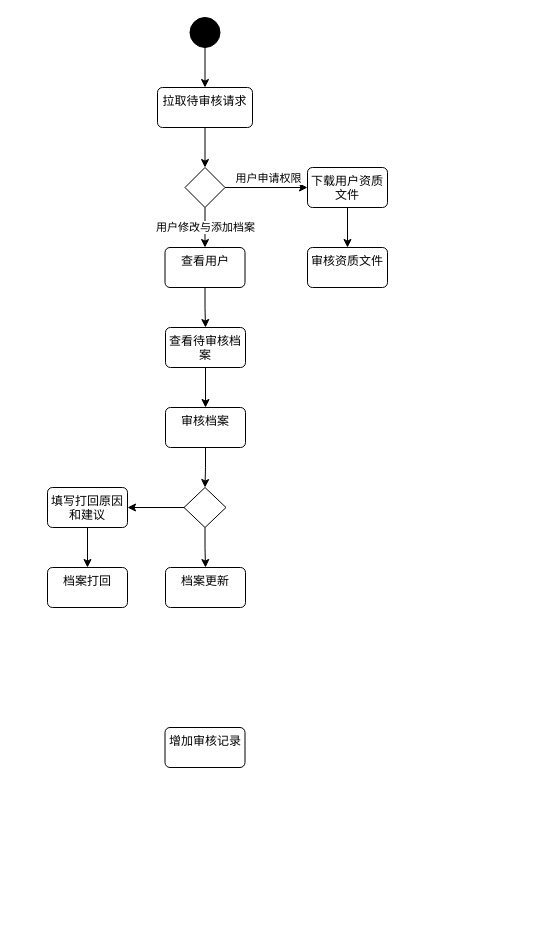
icemeowzhi/uml keeps this draw.io diagram as UML活动图审核.drawio. Above is the earlier version. Source tidied: cells renumbered, new cells numbered last; positions are measured from the earlier drawing's top-left corner, leaving out a move shared by most shapes. Both pictures are drawn from the tidied source at 100%, with x=0, y=0 at pixel (47, 17).
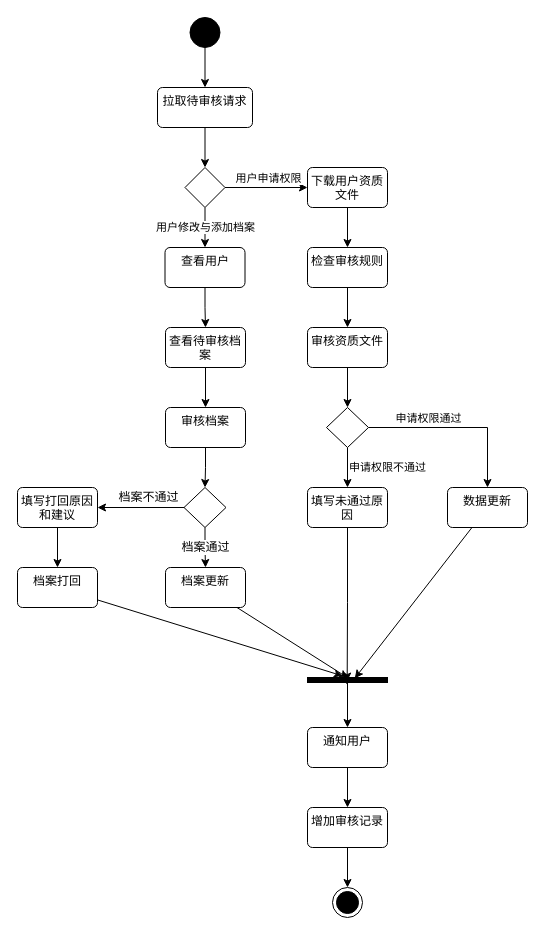
After the change.

Commit message (it also covers changes not shown here):
更新UML活动图审核.drawio

The change refers to these unchanged cells:
```xml
<mxCell id="13" value="下载用户资质文件" style="html=1;align=center;verticalAlign=top;rounded=1;absoluteArcSize=1;arcSize=10;dashed=0;whiteSpace=wrap;" parent="1" vertex="1">
  <mxGeometry x="260" y="150" width="80" height="40" as="geometry" />
</mxCell>
<mxCell id="21" style="rhombus;" parent="1" vertex="1">
  <mxGeometry x="136.5" y="470" width="42" height="40" as="geometry" />
</mxCell>
<mxCell id="22" value="档案更新" style="html=1;align=center;verticalAlign=top;rounded=1;absoluteArcSize=1;arcSize=10;dashed=0;whiteSpace=wrap;strokeColor=default;fontFamily=Helvetica;fontSize=12;fontColor=default;fillColor=default;" parent="1" vertex="1">
  <mxGeometry x="118" y="550" width="80" height="40" as="geometry" />
</mxCell>
```

What changed in the source:
```diff
@@
-    <mxCell id="12" style="edgeStyle=orthogonalEdgeStyle;rounded=0;jettySize=auto;html=1;" parent="1" edge="1" source="13" target="14">
+    <mxCell id="12" style="edgeStyle=orthogonalEdgeStyle;rounded=0;jettySize=auto;html=1;entryX=0.5;entryY=0;entryDx=0;entryDy=0;" parent="1" edge="1" source="13" target="44">
       <mxGeometry relative="1" as="geometry" />
     </mxCell>
@@
+    <mxCell id="27" style="edgeStyle=orthogonalEdgeStyle;rounded=0;jettySize=auto;html=1;entryX=0.5;entryY=0;entryDx=0;entryDy=0;" parent="1" edge="1" source="14" target="36">
+      <mxGeometry relative="1" as="geometry" />
+    </mxCell>
     <mxCell id="14" value="审核资质文件" style="html=1;align=center;verticalAlign=top;rounded=1;absoluteArcSize=1;arcSize=10;dashed=0;whiteSpace=wrap;" parent="1" vertex="1">
-      <mxGeometry x="260" y="230" width="80" height="40" as="geometry" />
+      <mxGeometry x="260" y="310" width="80" height="40" as="geometry" />
     </mxCell>
@@
-    <mxCell id="19" style="edgeStyle=orthogonalEdgeStyle;rounded=0;jettySize=auto;html=1;fontFamily=Helvetica;fontSize=12;fontColor=default;" parent="1" edge="1" source="21" target="22">
+    <mxCell id="19" value="档案通过" style="edgeStyle=orthogonalEdgeStyle;rounded=0;jettySize=auto;html=1;fontFamily=Helvetica;fontSize=12;fontColor=default;" parent="1" edge="1" source="21" target="22">
       <mxGeometry relative="1" as="geometry" />
     </mxCell>
-    <mxCell id="20" style="edgeStyle=orthogonalEdgeStyle;rounded=0;jettySize=auto;html=1;fontFamily=Helvetica;fontSize=12;fontColor=default;" parent="1" edge="1" source="21" target="24">
-      <mxGeometry relative="1" as="geometry" />
+    <mxCell id="20" value="档案不通过" style="edgeStyle=orthogonalEdgeStyle;rounded=0;jettySize=auto;html=1;fontFamily=Helvetica;fontSize=12;fontColor=default;" parent="1" edge="1" source="21" target="24">
+      <mxGeometry x="-0.16" y="-10" relative="1" as="geometry" />
     </mxCell>
@@
+    <mxCell id="28" style="rounded=0;jettySize=auto;html=1;entryX=0.09;entryY=0.494;entryDx=0;entryDy=0;entryPerimeter=0;" parent="1" edge="1" source="22" target="32">
+      <mxGeometry relative="1" as="geometry" />
+    </mxCell>
@@
     <mxCell id="24" value="填写打回原因和建议" style="html=1;align=center;verticalAlign=top;rounded=1;absoluteArcSize=1;arcSize=10;dashed=0;whiteSpace=wrap;strokeColor=default;fontFamily=Helvetica;fontSize=12;fontColor=default;fillColor=default;" parent="1" vertex="1">
-      <mxGeometry y="470" width="80" height="40" as="geometry" />
+      <mxGeometry x="-30" y="470" width="80" height="40" as="geometry" />
     </mxCell>
+    <mxCell id="29" style="rounded=0;jettySize=auto;html=1;entryX=-0.324;entryY=0.563;entryDx=0;entryDy=0;entryPerimeter=0;" parent="1" edge="1" source="25" target="32">
+      <mxGeometry relative="1" as="geometry" />
+    </mxCell>
     <mxCell id="25" value="档案打回" style="html=1;align=center;verticalAlign=top;rounded=1;absoluteArcSize=1;arcSize=10;dashed=0;whiteSpace=wrap;strokeColor=default;fontFamily=Helvetica;fontSize=12;fontColor=default;fillColor=default;" parent="1" vertex="1">
-      <mxGeometry y="550" width="80" height="40" as="geometry" />
+      <mxGeometry x="-30" y="550" width="80" height="40" as="geometry" />
     </mxCell>
+    <mxCell id="30" style="edgeStyle=orthogonalEdgeStyle;rounded=0;jettySize=auto;html=1;entryX=0.5;entryY=0;entryDx=0;entryDy=0;" parent="1" edge="1" source="26" target="45">
+      <mxGeometry relative="1" as="geometry" />
+    </mxCell>
     <mxCell id="26" value="增加审核记录" style="html=1;align=center;verticalAlign=top;rounded=1;absoluteArcSize=1;arcSize=10;dashed=0;whiteSpace=wrap;strokeColor=default;fontFamily=Helvetica;fontSize=12;fontColor=default;fillColor=default;" parent="1" vertex="1">
-      <mxGeometry x="117.5" y="710" width="80" height="40" as="geometry" />
+      <mxGeometry x="260" y="790" width="80" height="40" as="geometry" />
     </mxCell>
+    <mxCell id="31" style="edgeStyle=orthogonalEdgeStyle;rounded=0;jettySize=auto;html=1;entryX=0.5;entryY=0;entryDx=0;entryDy=0;" parent="1" edge="1" source="32" target="42">
+      <mxGeometry relative="1" as="geometry" />
+    </mxCell>
+    <mxCell id="32" value="r" style="html=1;points=[];perimeter=orthogonalPerimeter;fillColor=strokeColor;direction=south;" parent="1" vertex="1">
+      <mxGeometry x="260" y="660" width="80" height="5" as="geometry" />
+    </mxCell>
+    <mxCell id="33" value="申请权限不通过" style="edgeStyle=orthogonalEdgeStyle;rounded=0;jettySize=auto;html=1;entryX=0.5;entryY=0;entryDx=0;entryDy=0;" parent="1" edge="1" source="36" target="38">
+      <mxGeometry y="40" relative="1" as="geometry" />
+    </mxCell>
+    <mxCell id="34" style="edgeStyle=orthogonalEdgeStyle;rounded=0;jettySize=auto;html=1;" parent="1" edge="1" source="36" target="40">
+      <mxGeometry relative="1" as="geometry" />
+    </mxCell>
+    <mxCell id="35" value="申请权限通过" style="edgeLabel;html=1;align=center;verticalAlign=middle;" parent="34" vertex="1">
+      <mxGeometry x="-0.14" relative="1" as="geometry">
+        <mxPoint x="-18" y="-10" as="offset" />
+      </mxGeometry>
+    </mxCell>
+    <mxCell id="36" style="rhombus;" parent="1" vertex="1">
+      <mxGeometry x="279" y="390" width="42" height="40" as="geometry" />
+    </mxCell>
+    <mxCell id="37" style="edgeStyle=orthogonalEdgeStyle;rounded=0;jettySize=auto;html=1;entryX=0.71;entryY=0.504;entryDx=0;entryDy=0;entryPerimeter=0;" parent="1" edge="1" source="38" target="32">
+      <mxGeometry relative="1" as="geometry" />
+    </mxCell>
+    <mxCell id="38" value="填写未通过原因" style="html=1;align=center;verticalAlign=top;rounded=1;absoluteArcSize=1;arcSize=10;dashed=0;whiteSpace=wrap;" parent="1" vertex="1">
+      <mxGeometry x="260" y="470" width="80" height="40" as="geometry" />
+    </mxCell>
+    <mxCell id="39" style="rounded=0;jettySize=auto;html=1;entryX=0.159;entryY=0.409;entryDx=0;entryDy=0;entryPerimeter=0;" parent="1" edge="1" source="40" target="32">
+      <mxGeometry relative="1" as="geometry" />
+    </mxCell>
+    <mxCell id="40" value="数据更新" style="html=1;align=center;verticalAlign=top;rounded=1;absoluteArcSize=1;arcSize=10;dashed=0;whiteSpace=wrap;" parent="1" vertex="1">
+      <mxGeometry x="400" y="470" width="80" height="40" as="geometry" />
+    </mxCell>
+    <mxCell id="41" style="edgeStyle=orthogonalEdgeStyle;rounded=0;jettySize=auto;html=1;" parent="1" edge="1" source="42" target="26">
+      <mxGeometry relative="1" as="geometry" />
+    </mxCell>
+    <mxCell id="42" value="通知用户" style="html=1;align=center;verticalAlign=top;rounded=1;absoluteArcSize=1;arcSize=10;dashed=0;whiteSpace=wrap;" parent="1" vertex="1">
+      <mxGeometry x="260" y="710" width="80" height="40" as="geometry" />
+    </mxCell>
+    <mxCell id="43" style="edgeStyle=orthogonalEdgeStyle;rounded=0;jettySize=auto;html=1;" parent="1" edge="1" source="44" target="14">
+      <mxGeometry relative="1" as="geometry" />
+    </mxCell>
+    <mxCell id="44" value="检查审核规则" style="html=1;align=center;verticalAlign=top;rounded=1;absoluteArcSize=1;arcSize=10;dashed=0;whiteSpace=wrap;" parent="1" vertex="1">
+      <mxGeometry x="260" y="230" width="80" height="40" as="geometry" />
+    </mxCell>
+    <mxCell id="45" style="ellipse;html=1;shape=endState;fillColor=strokeColor;" parent="1" vertex="1">
+      <mxGeometry x="285" y="870" width="30" height="30" as="geometry" />
+    </mxCell>
```
